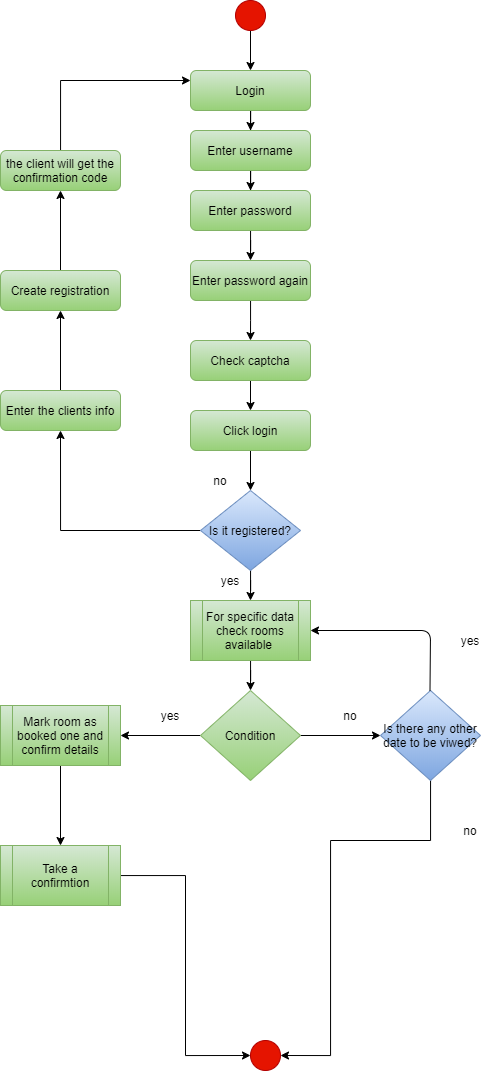
Sonja17/Hotel-Management-System keeps this draw.io diagram as Diagrams/Activity Diagram/client.png. Above is the earlier version. Source tidied: cells renumbered, new cells last; positions are measured from the earlier drawing's top-left corner, leaving out a move shared by most shapes. The source it was exported from:
```xml
<mxGraphModel>
  <root>
    <mxCell id="0" />
    <mxCell id="1" parent="0" />
    <mxCell id="2" style="edgeStyle=orthogonalEdgeStyle;rounded=0;jettySize=auto;html=1;" parent="1" edge="1" source="3">
      <mxGeometry relative="1" as="geometry">
        <mxPoint x="250" y="130" as="targetPoint" />
      </mxGeometry>
    </mxCell>
    <mxCell id="3" value="Login" style="rounded=1;whiteSpace=wrap;html=1;fontSize=12;glass=0;strokeWidth=1;shadow=0;fillColor=#d5e8d4;strokeColor=#82b366;gradientColor=#97d077;" parent="1" vertex="1">
      <mxGeometry x="190" y="70" width="120" height="40" as="geometry" />
    </mxCell>
    <mxCell id="4" style="edgeStyle=orthogonalEdgeStyle;rounded=0;jettySize=auto;html=1;" parent="1" edge="1" source="5">
      <mxGeometry relative="1" as="geometry">
        <mxPoint x="250" y="190" as="targetPoint" />
      </mxGeometry>
    </mxCell>
    <mxCell id="5" value="Enter username" style="rounded=1;whiteSpace=wrap;html=1;fontSize=12;glass=0;strokeWidth=1;shadow=0;fillColor=#d5e8d4;strokeColor=#82b366;gradientColor=#97d077;" parent="1" vertex="1">
      <mxGeometry x="190" y="130" width="120" height="40" as="geometry" />
    </mxCell>
    <mxCell id="6" style="edgeStyle=orthogonalEdgeStyle;rounded=0;jettySize=auto;html=1;" parent="1" edge="1" source="7">
      <mxGeometry relative="1" as="geometry">
        <mxPoint x="250" y="260" as="targetPoint" />
      </mxGeometry>
    </mxCell>
    <mxCell id="7" value="Enter password" style="rounded=1;whiteSpace=wrap;html=1;fontSize=12;glass=0;strokeWidth=1;shadow=0;fillColor=#d5e8d4;strokeColor=#82b366;gradientColor=#97d077;" parent="1" vertex="1">
      <mxGeometry x="190" y="190" width="120" height="40" as="geometry" />
    </mxCell>
    <mxCell id="8" style="edgeStyle=orthogonalEdgeStyle;rounded=0;jettySize=auto;html=1;" parent="1" edge="1" source="9">
      <mxGeometry relative="1" as="geometry">
        <mxPoint x="250" y="340" as="targetPoint" />
        <Array as="points">
          <mxPoint x="250" y="320" />
          <mxPoint x="250" y="320" />
        </Array>
      </mxGeometry>
    </mxCell>
    <mxCell id="9" value="Enter password again" style="rounded=1;whiteSpace=wrap;html=1;fontSize=12;glass=0;strokeWidth=1;shadow=0;fillColor=#d5e8d4;strokeColor=#82b366;gradientColor=#97d077;" parent="1" vertex="1">
      <mxGeometry x="190" y="260" width="120" height="40" as="geometry" />
    </mxCell>
    <mxCell id="10" style="edgeStyle=orthogonalEdgeStyle;rounded=0;orthogonalLoop=1;jettySize=auto;html=1;" parent="1" edge="1">
      <mxGeometry relative="1" as="geometry">
        <mxPoint x="250" y="380" as="sourcePoint" />
        <mxPoint x="250" y="410" as="targetPoint" />
      </mxGeometry>
    </mxCell>
    <mxCell id="11" style="edgeStyle=orthogonalEdgeStyle;rounded=0;jettySize=auto;html=1;" parent="1" edge="1" source="12">
      <mxGeometry relative="1" as="geometry">
        <mxPoint x="250" y="490" as="targetPoint" />
      </mxGeometry>
    </mxCell>
    <mxCell id="12" value="Click login" style="rounded=1;whiteSpace=wrap;html=1;fontSize=12;glass=0;strokeWidth=1;shadow=0;fillColor=#d5e8d4;strokeColor=#82b366;gradientColor=#97d077;" parent="1" vertex="1">
      <mxGeometry x="190" y="410" width="120" height="40" as="geometry" />
    </mxCell>
    <mxCell id="13" style="edgeStyle=orthogonalEdgeStyle;rounded=0;jettySize=auto;html=1;" parent="1" edge="1" source="15">
      <mxGeometry relative="1" as="geometry">
        <mxPoint x="250" y="600" as="targetPoint" />
      </mxGeometry>
    </mxCell>
    <mxCell id="14" style="edgeStyle=orthogonalEdgeStyle;rounded=0;jettySize=auto;html=1;" parent="1" edge="1" source="15">
      <mxGeometry relative="1" as="geometry">
        <mxPoint x="60" y="430" as="targetPoint" />
      </mxGeometry>
    </mxCell>
    <mxCell id="15" value="Is it registered?" style="rhombus;whiteSpace=wrap;html=1;fillColor=#dae8fc;strokeColor=#6c8ebf;gradientColor=#7ea6e0;" parent="1" vertex="1">
      <mxGeometry x="200" y="490" width="100" height="80" as="geometry" />
    </mxCell>
    <mxCell id="16" style="edgeStyle=orthogonalEdgeStyle;rounded=0;jettySize=auto;html=1;" parent="1" edge="1" source="17">
      <mxGeometry relative="1" as="geometry">
        <mxPoint x="250" y="690" as="targetPoint" />
      </mxGeometry>
    </mxCell>
    <mxCell id="17" value="For specific data check rooms available&amp;nbsp;" style="shape=process;whiteSpace=wrap;html=1;backgroundOutline=1;fillColor=#d5e8d4;strokeColor=#82b366;gradientColor=#97d077;" parent="1" vertex="1">
      <mxGeometry x="190" y="600" width="120" height="60" as="geometry" />
    </mxCell>
    <mxCell id="18" style="edgeStyle=orthogonalEdgeStyle;rounded=0;jettySize=auto;html=1;" parent="1" edge="1" source="20" target="22">
      <mxGeometry relative="1" as="geometry" />
    </mxCell>
    <mxCell id="19" style="edgeStyle=orthogonalEdgeStyle;rounded=0;jettySize=auto;html=1;" parent="1" edge="1" source="20">
      <mxGeometry relative="1" as="geometry">
        <mxPoint x="120" y="735" as="targetPoint" />
      </mxGeometry>
    </mxCell>
    <mxCell id="20" value="Condition" style="rhombus;whiteSpace=wrap;html=1;fillColor=#d5e8d4;strokeColor=#82b366;gradientColor=#97d077;" parent="1" vertex="1">
      <mxGeometry x="200" y="690" width="100" height="90" as="geometry" />
    </mxCell>
    <mxCell id="21" style="edgeStyle=orthogonalEdgeStyle;rounded=0;jettySize=auto;html=1;entryX=1;entryY=0.5;entryDx=0;entryDy=0;" parent="1" edge="1" source="22" target="35">
      <mxGeometry relative="1" as="geometry">
        <Array as="points">
          <mxPoint x="430" y="840" />
          <mxPoint x="330" y="840" />
          <mxPoint x="330" y="1055" />
        </Array>
      </mxGeometry>
    </mxCell>
    <mxCell id="22" value="Is there any other date to be viwed?" style="rhombus;whiteSpace=wrap;html=1;fillColor=#dae8fc;strokeColor=#6c8ebf;gradientColor=#7ea6e0;" parent="1" vertex="1">
      <mxGeometry x="380" y="690" width="100" height="90" as="geometry" />
    </mxCell>
    <mxCell id="23" value="Check captcha" style="rounded=1;whiteSpace=wrap;html=1;fontSize=12;glass=0;strokeWidth=1;shadow=0;fillColor=#d5e8d4;strokeColor=#82b366;gradientColor=#97d077;" parent="1" vertex="1">
      <mxGeometry x="190" y="340" width="120" height="40" as="geometry" />
    </mxCell>
    <mxCell id="24" style="endArrow=classic;html=1;entryX=1;entryY=0.5;entryDx=0;entryDy=0;" parent="1" edge="1" target="17">
      <mxGeometry relative="1" as="geometry">
        <mxPoint x="429.5" y="690" as="sourcePoint" />
        <Array as="points">
          <mxPoint x="430" y="630" />
        </Array>
      </mxGeometry>
    </mxCell>
    <mxCell id="25" style="edgeStyle=orthogonalEdgeStyle;rounded=0;jettySize=auto;html=1;" parent="1" edge="1" source="26" target="28">
      <mxGeometry relative="1" as="geometry" />
    </mxCell>
    <mxCell id="26" value="Mark room as booked one and confirm details" style="shape=process;whiteSpace=wrap;html=1;backgroundOutline=1;fillColor=#d5e8d4;strokeColor=#82b366;gradientColor=#97d077;" parent="1" vertex="1">
      <mxGeometry y="705" width="120" height="60" as="geometry" />
    </mxCell>
    <mxCell id="27" style="edgeStyle=orthogonalEdgeStyle;rounded=0;jettySize=auto;html=1;entryX=0;entryY=0.5;entryDx=0;entryDy=0;" parent="1" edge="1" source="28" target="35">
      <mxGeometry relative="1" as="geometry" />
    </mxCell>
    <mxCell id="28" value="Take a confirmtion" style="shape=process;whiteSpace=wrap;html=1;backgroundOutline=1;fillColor=#d5e8d4;strokeColor=#82b366;gradientColor=#97d077;" parent="1" vertex="1">
      <mxGeometry y="845" width="120" height="60" as="geometry" />
    </mxCell>
    <mxCell id="29" value="yes" style="text;html=1;strokeColor=none;fillColor=none;align=center;verticalAlign=middle;whiteSpace=wrap;rounded=0;" parent="1" vertex="1">
      <mxGeometry x="150" y="705" width="40" height="20" as="geometry" />
    </mxCell>
    <mxCell id="30" value="no" style="text;html=1;strokeColor=none;fillColor=none;align=center;verticalAlign=middle;whiteSpace=wrap;rounded=0;" parent="1" vertex="1">
      <mxGeometry x="330" y="705" width="40" height="20" as="geometry" />
    </mxCell>
    <mxCell id="31" value="yes" style="text;html=1;strokeColor=none;fillColor=none;align=center;verticalAlign=middle;whiteSpace=wrap;rounded=0;" parent="1" vertex="1">
      <mxGeometry x="450" y="630" width="40" height="20" as="geometry" />
    </mxCell>
    <mxCell id="32" value="no" style="text;html=1;strokeColor=none;fillColor=none;align=center;verticalAlign=middle;whiteSpace=wrap;rounded=0;" parent="1" vertex="1">
      <mxGeometry x="450" y="820" width="40" height="20" as="geometry" />
    </mxCell>
    <mxCell id="33" value="yes" style="text;html=1;strokeColor=none;fillColor=none;align=center;verticalAlign=middle;whiteSpace=wrap;rounded=0;" parent="1" vertex="1">
      <mxGeometry x="210" y="570" width="40" height="20" as="geometry" />
    </mxCell>
    <mxCell id="34" value="no" style="text;html=1;strokeColor=none;fillColor=none;align=center;verticalAlign=middle;whiteSpace=wrap;rounded=0;" parent="1" vertex="1">
      <mxGeometry x="200" y="470" width="40" height="20" as="geometry" />
    </mxCell>
    <mxCell id="35" style="ellipse;whiteSpace=wrap;html=1;fillColor=#e51400;strokeColor=#B20000;fontColor=#ffffff;" parent="1" vertex="1">
      <mxGeometry x="250" y="1040" width="30" height="30" as="geometry" />
    </mxCell>
    <mxCell id="36" style="edgeStyle=orthogonalEdgeStyle;rounded=0;jettySize=auto;html=1;" parent="1" edge="1" source="37" target="3">
      <mxGeometry relative="1" as="geometry" />
    </mxCell>
    <mxCell id="37" style="ellipse;whiteSpace=wrap;html=1;fillColor=#e51400;strokeColor=#B20000;fontColor=#ffffff;" parent="1" vertex="1">
      <mxGeometry x="235" width="30" height="30" as="geometry" />
    </mxCell>
    <mxCell id="38" style="edgeStyle=orthogonalEdgeStyle;rounded=0;jettySize=auto;html=1;" parent="1" edge="1" source="39" target="41">
      <mxGeometry relative="1" as="geometry" />
    </mxCell>
    <mxCell id="39" value="Enter the clients info" style="rounded=1;whiteSpace=wrap;html=1;fillColor=#d5e8d4;strokeColor=#82b366;gradientColor=#97d077;" parent="1" vertex="1">
      <mxGeometry y="390" width="120" height="40" as="geometry" />
    </mxCell>
    <mxCell id="40" style="edgeStyle=orthogonalEdgeStyle;rounded=0;jettySize=auto;html=1;" parent="1" edge="1" source="41" target="43">
      <mxGeometry relative="1" as="geometry" />
    </mxCell>
    <mxCell id="41" value="Create registration" style="rounded=1;whiteSpace=wrap;html=1;fillColor=#d5e8d4;strokeColor=#82b366;gradientColor=#97d077;" parent="1" vertex="1">
      <mxGeometry y="270" width="120" height="40" as="geometry" />
    </mxCell>
    <mxCell id="42" style="edgeStyle=orthogonalEdgeStyle;rounded=0;jettySize=auto;html=1;entryX=0;entryY=0.25;entryDx=0;entryDy=0;" parent="1" edge="1" source="43" target="3">
      <mxGeometry relative="1" as="geometry">
        <Array as="points">
          <mxPoint x="60" y="80" />
        </Array>
      </mxGeometry>
    </mxCell>
    <mxCell id="43" value="the client will get the confirmation code" style="rounded=1;whiteSpace=wrap;html=1;fillColor=#d5e8d4;strokeColor=#82b366;gradientColor=#97d077;" parent="1" vertex="1">
      <mxGeometry y="150" width="120" height="40" as="geometry" />
    </mxCell>
  </root>
</mxGraphModel>
```
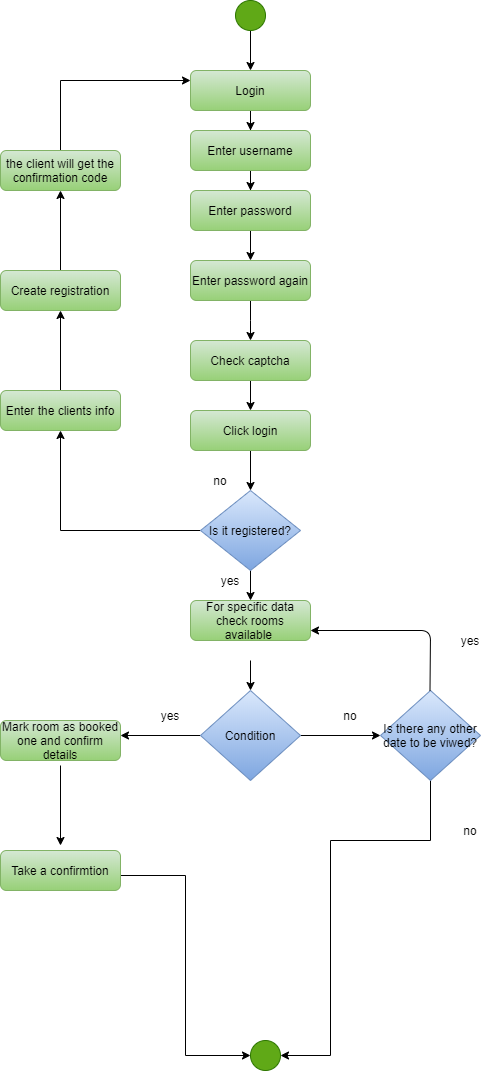
The same file after the commit.

Change to the diagram source:
```diff
@@ -65,14 +65,12 @@
     <mxCell id="15" value="Is it registered?" style="rhombus;whiteSpace=wrap;html=1;fillColor=#dae8fc;strokeColor=#6c8ebf;gradientColor=#7ea6e0;" parent="1" vertex="1">
       <mxGeometry x="200" y="490" width="100" height="80" as="geometry" />
     </mxCell>
-    <mxCell id="16" style="edgeStyle=orthogonalEdgeStyle;rounded=0;jettySize=auto;html=1;" parent="1" edge="1" source="17">
+    <mxCell id="16" style="edgeStyle=orthogonalEdgeStyle;rounded=0;orthogonalLoop=1;jettySize=auto;html=1;" parent="1" edge="1">
       <mxGeometry relative="1" as="geometry">
+        <mxPoint x="250" y="660" as="sourcePoint" />
         <mxPoint x="250" y="690" as="targetPoint" />
       </mxGeometry>
     </mxCell>
-    <mxCell id="17" value="For specific data check rooms available&amp;nbsp;" style="shape=process;whiteSpace=wrap;html=1;backgroundOutline=1;fillColor=#d5e8d4;strokeColor=#82b366;gradientColor=#97d077;" parent="1" vertex="1">
-      <mxGeometry x="190" y="600" width="120" height="60" as="geometry" />
-    </mxCell>
     <mxCell id="18" style="edgeStyle=orthogonalEdgeStyle;rounded=0;jettySize=auto;html=1;" parent="1" edge="1" source="20" target="22">
       <mxGeometry relative="1" as="geometry" />
     </mxCell>
@@ -81,7 +79,7 @@
         <mxPoint x="120" y="735" as="targetPoint" />
       </mxGeometry>
     </mxCell>
-    <mxCell id="20" value="Condition" style="rhombus;whiteSpace=wrap;html=1;fillColor=#d5e8d4;strokeColor=#82b366;gradientColor=#97d077;" parent="1" vertex="1">
+    <mxCell id="20" value="Condition" style="rhombus;whiteSpace=wrap;html=1;fillColor=#dae8fc;strokeColor=#6c8ebf;gradientColor=#7ea6e0;" parent="1" vertex="1">
       <mxGeometry x="200" y="690" width="100" height="90" as="geometry" />
     </mxCell>
     <mxCell id="21" style="edgeStyle=orthogonalEdgeStyle;rounded=0;jettySize=auto;html=1;entryX=1;entryY=0.5;entryDx=0;entryDy=0;" parent="1" edge="1" source="22" target="35">
@@ -99,26 +97,26 @@
     <mxCell id="23" value="Check captcha" style="rounded=1;whiteSpace=wrap;html=1;fontSize=12;glass=0;strokeWidth=1;shadow=0;fillColor=#d5e8d4;strokeColor=#82b366;gradientColor=#97d077;" parent="1" vertex="1">
       <mxGeometry x="190" y="340" width="120" height="40" as="geometry" />
     </mxCell>
-    <mxCell id="24" style="endArrow=classic;html=1;entryX=1;entryY=0.5;entryDx=0;entryDy=0;" parent="1" edge="1" target="17">
+    <mxCell id="24" style="endArrow=classic;html=1;entryX=1;entryY=0.5;entryDx=0;entryDy=0;" parent="1" edge="1">
       <mxGeometry relative="1" as="geometry">
         <mxPoint x="429.5" y="690" as="sourcePoint" />
+        <mxPoint x="310" y="630" as="targetPoint" />
         <Array as="points">
           <mxPoint x="430" y="630" />
         </Array>
       </mxGeometry>
     </mxCell>
-    <mxCell id="25" style="edgeStyle=orthogonalEdgeStyle;rounded=0;jettySize=auto;html=1;" parent="1" edge="1" source="26" target="28">
-      <mxGeometry relative="1" as="geometry" />
+    <mxCell id="25" style="edgeStyle=orthogonalEdgeStyle;rounded=0;orthogonalLoop=1;jettySize=auto;html=1;" parent="1" edge="1">
+      <mxGeometry relative="1" as="geometry">
+        <mxPoint x="60" y="765" as="sourcePoint" />
+        <mxPoint x="60" y="845" as="targetPoint" />
+      </mxGeometry>
     </mxCell>
-    <mxCell id="26" value="Mark room as booked one and confirm details" style="shape=process;whiteSpace=wrap;html=1;backgroundOutline=1;fillColor=#d5e8d4;strokeColor=#82b366;gradientColor=#97d077;" parent="1" vertex="1">
-      <mxGeometry y="705" width="120" height="60" as="geometry" />
-    </mxCell>
-    <mxCell id="27" style="edgeStyle=orthogonalEdgeStyle;rounded=0;jettySize=auto;html=1;entryX=0;entryY=0.5;entryDx=0;entryDy=0;" parent="1" edge="1" source="28" target="35">
-      <mxGeometry relative="1" as="geometry" />
+    <mxCell id="27" style="edgeStyle=orthogonalEdgeStyle;rounded=0;jettySize=auto;html=1;entryX=0;entryY=0.5;entryDx=0;entryDy=0;" parent="1" edge="1" target="35">
+      <mxGeometry relative="1" as="geometry">
+        <mxPoint x="120" y="875" as="sourcePoint" />
+      </mxGeometry>
     </mxCell>
-    <mxCell id="28" value="Take a confirmtion" style="shape=process;whiteSpace=wrap;html=1;backgroundOutline=1;fillColor=#d5e8d4;strokeColor=#82b366;gradientColor=#97d077;" parent="1" vertex="1">
-      <mxGeometry y="845" width="120" height="60" as="geometry" />
-    </mxCell>
     <mxCell id="29" value="yes" style="text;html=1;strokeColor=none;fillColor=none;align=center;verticalAlign=middle;whiteSpace=wrap;rounded=0;" parent="1" vertex="1">
       <mxGeometry x="150" y="705" width="40" height="20" as="geometry" />
     </mxCell>
@@ -137,13 +135,13 @@
     <mxCell id="34" value="no" style="text;html=1;strokeColor=none;fillColor=none;align=center;verticalAlign=middle;whiteSpace=wrap;rounded=0;" parent="1" vertex="1">
       <mxGeometry x="200" y="470" width="40" height="20" as="geometry" />
     </mxCell>
-    <mxCell id="35" style="ellipse;whiteSpace=wrap;html=1;fillColor=#e51400;strokeColor=#B20000;fontColor=#ffffff;" parent="1" vertex="1">
+    <mxCell id="35" style="ellipse;whiteSpace=wrap;html=1;fillColor=#60a917;strokeColor=#2D7600;fontColor=#ffffff;" parent="1" vertex="1">
       <mxGeometry x="250" y="1040" width="30" height="30" as="geometry" />
     </mxCell>
     <mxCell id="36" style="edgeStyle=orthogonalEdgeStyle;rounded=0;jettySize=auto;html=1;" parent="1" edge="1" source="37" target="3">
       <mxGeometry relative="1" as="geometry" />
     </mxCell>
-    <mxCell id="37" style="ellipse;whiteSpace=wrap;html=1;fillColor=#e51400;strokeColor=#B20000;fontColor=#ffffff;" parent="1" vertex="1">
+    <mxCell id="37" style="ellipse;whiteSpace=wrap;html=1;fillColor=#60a917;strokeColor=#2D7600;fontColor=#ffffff;" parent="1" vertex="1">
       <mxGeometry x="235" width="30" height="30" as="geometry" />
     </mxCell>
     <mxCell id="38" style="edgeStyle=orthogonalEdgeStyle;rounded=0;jettySize=auto;html=1;" parent="1" edge="1" source="39" target="41">
@@ -168,5 +166,14 @@
     <mxCell id="43" value="the client will get the confirmation code" style="rounded=1;whiteSpace=wrap;html=1;fillColor=#d5e8d4;strokeColor=#82b366;gradientColor=#97d077;" parent="1" vertex="1">
       <mxGeometry y="150" width="120" height="40" as="geometry" />
     </mxCell>
+    <mxCell id="17" value="For specific data check rooms available&amp;nbsp;" style="rounded=1;whiteSpace=wrap;html=1;fontSize=12;glass=0;strokeWidth=1;shadow=0;fillColor=#d5e8d4;strokeColor=#82b366;gradientColor=#97d077;" parent="1" vertex="1">
+      <mxGeometry x="190" y="600" width="120" height="40" as="geometry" />
+    </mxCell>
+    <mxCell id="26" value="Mark room as booked one and confirm details" style="rounded=1;whiteSpace=wrap;html=1;fontSize=12;glass=0;strokeWidth=1;shadow=0;fillColor=#d5e8d4;strokeColor=#82b366;gradientColor=#97d077;" parent="1" vertex="1">
+      <mxGeometry y="720" width="120" height="40" as="geometry" />
+    </mxCell>
+    <mxCell id="28" value="Take a confirmtion" style="rounded=1;whiteSpace=wrap;html=1;fontSize=12;glass=0;strokeWidth=1;shadow=0;fillColor=#d5e8d4;strokeColor=#82b366;gradientColor=#97d077;" parent="1" vertex="1">
+      <mxGeometry y="850" width="120" height="40" as="geometry" />
+    </mxCell>
   </root>
 </mxGraphModel>
```
